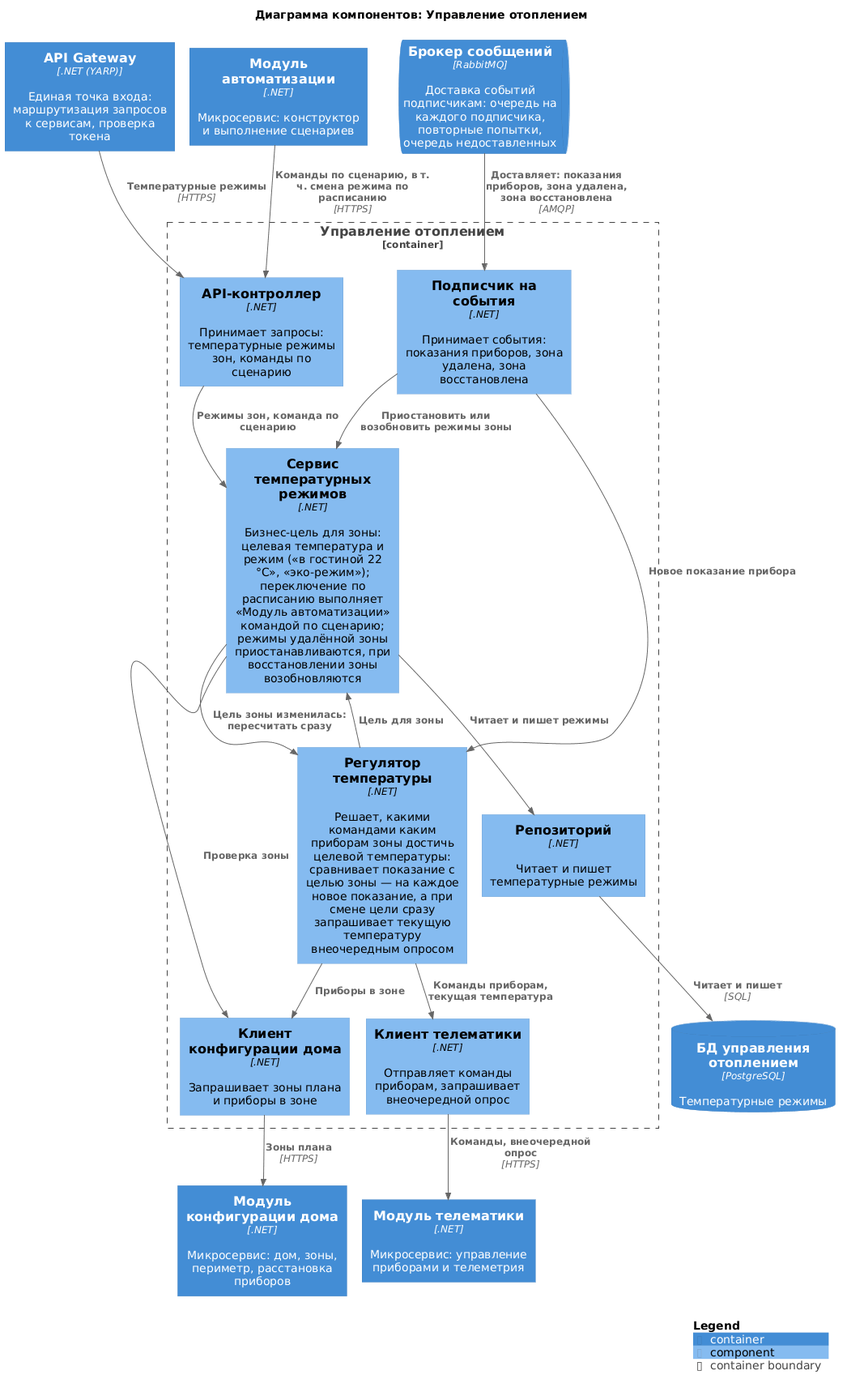
Lyamin-av/architecture-warmhouse keeps this PlantUML diagram as diagrams/components/heating.png. Above is the earlier version.
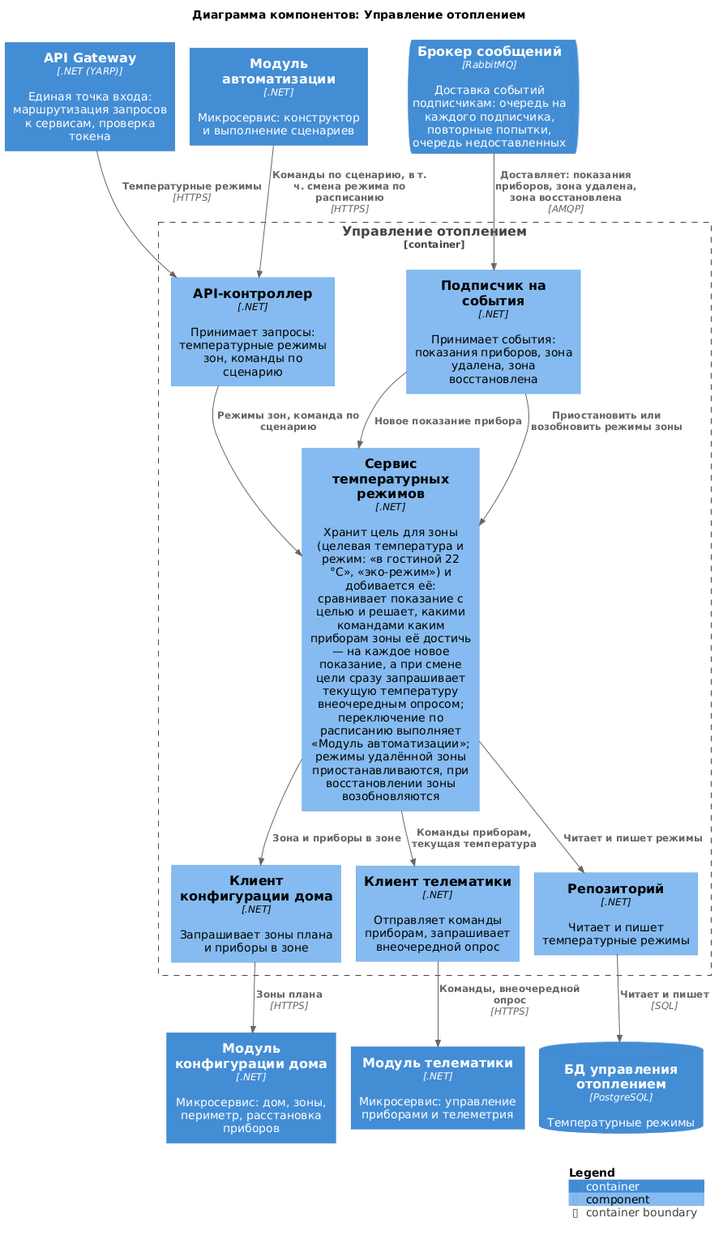
Above is the later version.

Commit message:
Отопление: режимы и регулирование в одном компоненте

Diff of the diagram source:
```diff
@@ -12,8 +12,7 @@
 
 Container_Boundary(Heating, "Управление отоплением") {
     Component(api, "API-контроллер", ".NET", "Принимает запросы: температурные режимы зон, команды по сценарию")
-    Component(regimes, "Сервис температурных режимов", ".NET", "Бизнес-цель для зоны: целевая температура и режим («в гостиной 22 °C», «эко-режим»); переключение по расписанию выполняет «Модуль автоматизации» командой по сценарию; режимы удалённой зоны приостанавливаются, при восстановлении зоны возобновляются")
-    Component(regulator, "Регулятор температуры", ".NET", "Решает, какими командами каким приборам зоны достичь целевой температуры: сравнивает показание с целью зоны — на каждое новое показание, а при смене цели сразу запрашивает текущую температуру внеочередным опросом")
+    Component(regimes, "Сервис температурных режимов", ".NET", "Хранит цель для зоны (целевая температура и режим: «в гостиной 22 °C», «эко-режим») и добивается её: сравнивает показание с целью и решает, какими командами каким приборам зоны её достичь — на каждое новое показание, а при смене цели сразу запрашивает текущую температуру внеочередным опросом; переключение по расписанию выполняет «Модуль автоматизации»; режимы удалённой зоны приостанавливаются, при восстановлении зоны возобновляются")
     Component(subscriber, "Подписчик на события", ".NET", "Принимает события: показания приборов, зона удалена, зона восстановлена")
     Component(hcClient, "Клиент конфигурации дома", ".NET", "Запрашивает зоны плана и приборы в зоне")
     Component(tmClient, "Клиент телематики", ".NET", "Отправляет команды приборам, запрашивает внеочередной опрос")
@@ -26,12 +25,9 @@
 
 Rel(api, regimes, "Режимы зон, команда по сценарию")
 Rel(subscriber, regimes, "Приостановить или возобновить режимы зоны")
-Rel(subscriber, regulator, "Новое показание прибора")
-Rel(regimes, hcClient, "Проверка зоны")
-Rel(regulator, regimes, "Цель для зоны")
-Rel(regimes, regulator, "Цель зоны изменилась: пересчитать сразу")
-Rel(regulator, hcClient, "Приборы в зоне")
-Rel(regulator, tmClient, "Команды приборам, текущая температура")
+Rel(subscriber, regimes, "Новое показание прибора")
+Rel(regimes, hcClient, "Зона и приборы в зоне")
+Rel(regimes, tmClient, "Команды приборам, текущая температура")
 Rel(hcClient, HouseConfigurator, "Зоны плана", "HTTPS")
 Rel(tmClient, Telematics, "Команды, внеочередной опрос", "HTTPS")
 
```
